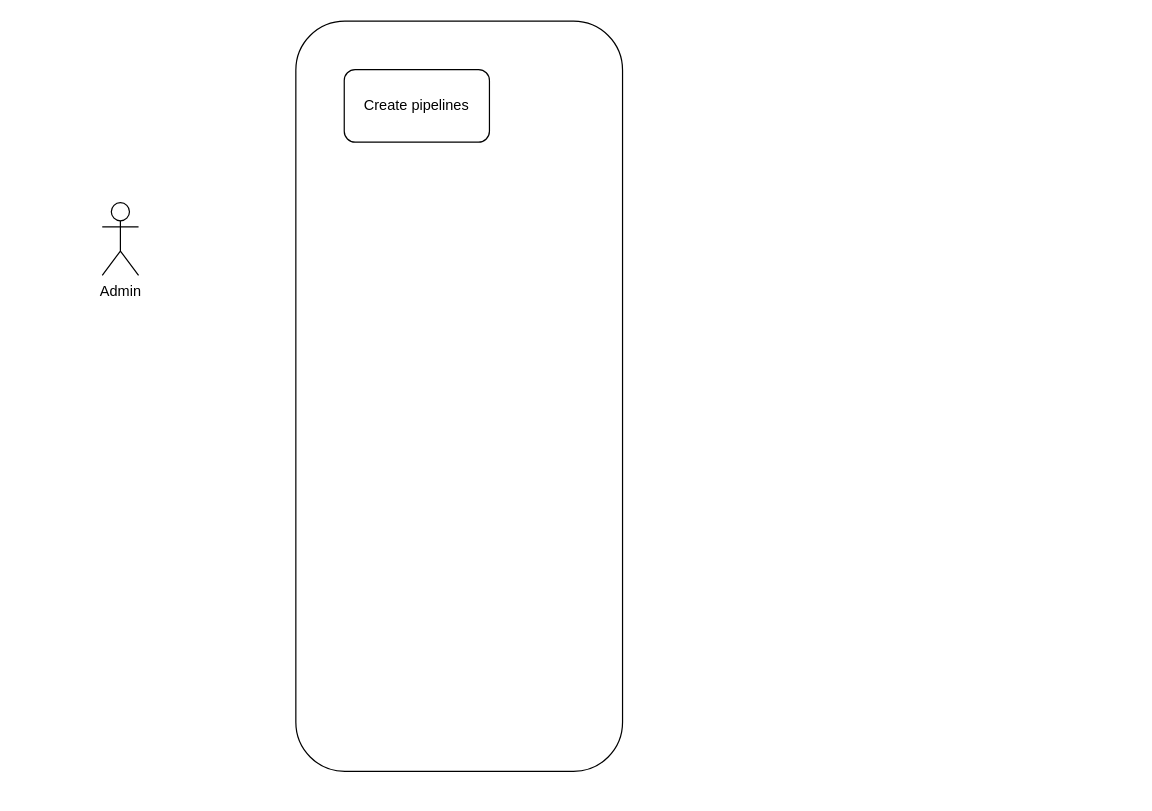
aspedrosa/masters-thesis keeps this draw.io diagram as figs/04-extraction-update/use-cases.drawio. Above is the earlier version. Source tidied: cells renumbered, new cells numbered last; positions are measured from the earlier drawing's top-left corner, leaving out a move shared by most shapes. Both pictures are drawn from the tidied source at 121%, with x=0, y=0 at pixel (102, 21).
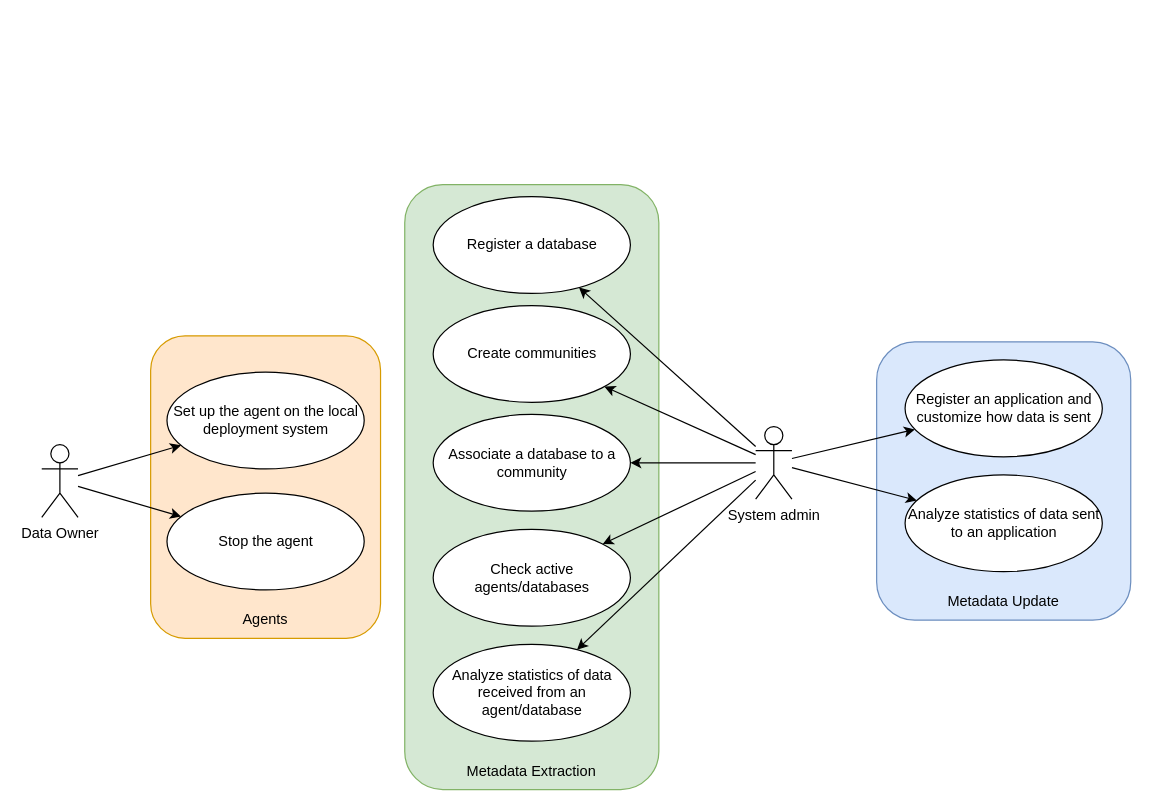
The same diagram, later.

The edit, as a diff of the source:
```diff
@@
-    <mxCell id="2" value="Admin" style="shape=umlActor;verticalLabelPosition=bottom;verticalAlign=top;html=1;" parent="1" vertex="1">
-      <mxGeometry y="150" width="30" height="60" as="geometry" />
-    </mxCell>
-    <mxCell id="3" style="rounded=1;whiteSpace=wrap;html=1;" parent="1" vertex="1">
-      <mxGeometry x="160" width="270" height="620" as="geometry" />
-    </mxCell>
-    <mxCell id="4" value="Create pipelines" style="rounded=1;whiteSpace=wrap;html=1;" parent="1" vertex="1">
-      <mxGeometry x="200" y="40" width="120" height="60" as="geometry" />
-    </mxCell>
+    <mxCell id="5" style="group;" parent="1" vertex="1">
+      <mxGeometry x="250" y="135" width="210" height="500" as="geometry" />
+    </mxCell>
+    <mxCell id="6" style="rounded=1;whiteSpace=wrap;html=1;fillColor=#d5e8d4;strokeColor=#82b366;" parent="5" vertex="1">
+      <mxGeometry width="210" height="500" as="geometry" />
+    </mxCell>
+    <mxCell id="7" value="Metadata Extraction" style="text;html=1;strokeColor=none;fillColor=none;align=center;verticalAlign=middle;whiteSpace=wrap;rounded=0;" parent="5" vertex="1">
+      <mxGeometry x="50" y="470" width="110" height="30" as="geometry" />
+    </mxCell>
+    <mxCell id="8" value="Check active agents/databases" style="ellipse;whiteSpace=wrap;html=1;" parent="5" vertex="1">
+      <mxGeometry x="23.5" y="285" width="163" height="80" as="geometry" />
+    </mxCell>
+    <mxCell id="9" value="Analyze statistics of data received from an agent/database" style="ellipse;whiteSpace=wrap;html=1;" parent="5" vertex="1">
+      <mxGeometry x="23.5" y="380" width="163" height="80" as="geometry" />
+    </mxCell>
+    <mxCell id="10" value="Register a database" style="ellipse;whiteSpace=wrap;html=1;" parent="5" vertex="1">
+      <mxGeometry x="23.5" y="10" width="163" height="80" as="geometry" />
+    </mxCell>
+    <mxCell id="11" value="Create communities" style="ellipse;whiteSpace=wrap;html=1;" parent="5" vertex="1">
+      <mxGeometry x="23.5" y="100" width="163" height="80" as="geometry" />
+    </mxCell>
+    <mxCell id="12" value="Associate a database to a community" style="ellipse;whiteSpace=wrap;html=1;" parent="5" vertex="1">
+      <mxGeometry x="23.5" y="190" width="163" height="80" as="geometry" />
+    </mxCell>
+    <mxCell id="13" style="group;" parent="1" vertex="1">
+      <mxGeometry x="640" y="265" width="210" height="230" as="geometry" />
+    </mxCell>
+    <mxCell id="14" style="rounded=1;whiteSpace=wrap;html=1;fillColor=#dae8fc;strokeColor=#6c8ebf;" parent="13" vertex="1">
+      <mxGeometry width="210" height="230" as="geometry" />
+    </mxCell>
+    <mxCell id="15" value="Metadata Update" style="text;html=1;strokeColor=none;fillColor=none;align=center;verticalAlign=middle;whiteSpace=wrap;rounded=0;" parent="13" vertex="1">
+      <mxGeometry x="50" y="200" width="110" height="30" as="geometry" />
+    </mxCell>
+    <mxCell id="16" value="Register an application and customize how data is sent" style="ellipse;whiteSpace=wrap;html=1;" parent="13" vertex="1">
+      <mxGeometry x="23.5" y="15" width="163" height="80" as="geometry" />
+    </mxCell>
+    <mxCell id="17" value="Analyze statistics of data sent to an application" style="ellipse;whiteSpace=wrap;html=1;" parent="13" vertex="1">
+      <mxGeometry x="23.5" y="110" width="163" height="80" as="geometry" />
+    </mxCell>
+    <mxCell id="18" style="group;" parent="1" vertex="1">
+      <mxGeometry x="40" y="260" width="190" height="250" as="geometry" />
+    </mxCell>
+    <mxCell id="19" style="rounded=1;whiteSpace=wrap;html=1;fillColor=#ffe6cc;strokeColor=#d79b00;" parent="18" vertex="1">
+      <mxGeometry width="190" height="250" as="geometry" />
+    </mxCell>
+    <mxCell id="20" value="Stop the agent" style="ellipse;whiteSpace=wrap;html=1;" parent="18" vertex="1">
+      <mxGeometry x="13.5" y="130" width="163" height="80" as="geometry" />
+    </mxCell>
+    <mxCell id="21" value="Agents" style="text;html=1;strokeColor=none;fillColor=none;align=center;verticalAlign=middle;whiteSpace=wrap;rounded=0;" parent="18" vertex="1">
+      <mxGeometry x="65" y="220" width="60" height="30" as="geometry" />
+    </mxCell>
+    <mxCell id="22" value="Set up the agent on the local deployment system" style="ellipse;whiteSpace=wrap;html=1;" parent="18" vertex="1">
+      <mxGeometry x="13.5" y="30" width="163" height="80" as="geometry" />
+    </mxCell>
+    <mxCell id="23" value="Data Owner" style="shape=umlActor;verticalLabelPosition=bottom;verticalAlign=top;html=1;outlineConnect=0;" parent="1" vertex="1">
+      <mxGeometry x="-50" y="350" width="30" height="60" as="geometry" />
+    </mxCell>
+    <mxCell id="24" style="rounded=0;jettySize=auto;html=1;" parent="1" edge="1" source="29" target="16">
+      <mxGeometry relative="1" as="geometry" />
+    </mxCell>
+    <mxCell id="25" style="edgeStyle=none;rounded=0;jettySize=auto;html=1;" parent="1" edge="1" source="29" target="12">
+      <mxGeometry relative="1" as="geometry" />
+    </mxCell>
+    <mxCell id="26" style="edgeStyle=none;rounded=0;jettySize=auto;html=1;" parent="1" edge="1" source="29" target="8">
+      <mxGeometry relative="1" as="geometry" />
+    </mxCell>
+    <mxCell id="27" style="edgeStyle=none;rounded=0;jettySize=auto;html=1;" parent="1" edge="1" source="29" target="11">
+      <mxGeometry relative="1" as="geometry" />
+    </mxCell>
+    <mxCell id="28" style="edgeStyle=none;rounded=0;jettySize=auto;html=1;" parent="1" edge="1" source="29" target="10">
+      <mxGeometry relative="1" as="geometry" />
+    </mxCell>
+    <mxCell id="29" value="System admin" style="shape=umlActor;verticalLabelPosition=bottom;verticalAlign=top;html=1;outlineConnect=0;" parent="1" vertex="1">
+      <mxGeometry x="540" y="335" width="30" height="60" as="geometry" />
+    </mxCell>
+    <mxCell id="30" style="endArrow=classic;html=1;rounded=0;" parent="1" edge="1" source="23" target="22">
+      <mxGeometry relative="1" as="geometry" />
+    </mxCell>
+    <mxCell id="31" style="endArrow=classic;html=1;rounded=0;" parent="1" edge="1" source="23" target="20">
+      <mxGeometry relative="1" as="geometry" />
+    </mxCell>
+    <mxCell id="32" style="endArrow=classic;html=1;rounded=0;" parent="1" edge="1" source="29" target="9">
+      <mxGeometry relative="1" as="geometry" />
+    </mxCell>
+    <mxCell id="33" style="endArrow=classic;html=1;rounded=0;" parent="1" edge="1" source="29" target="17">
+      <mxGeometry relative="1" as="geometry" />
+    </mxCell>
```
